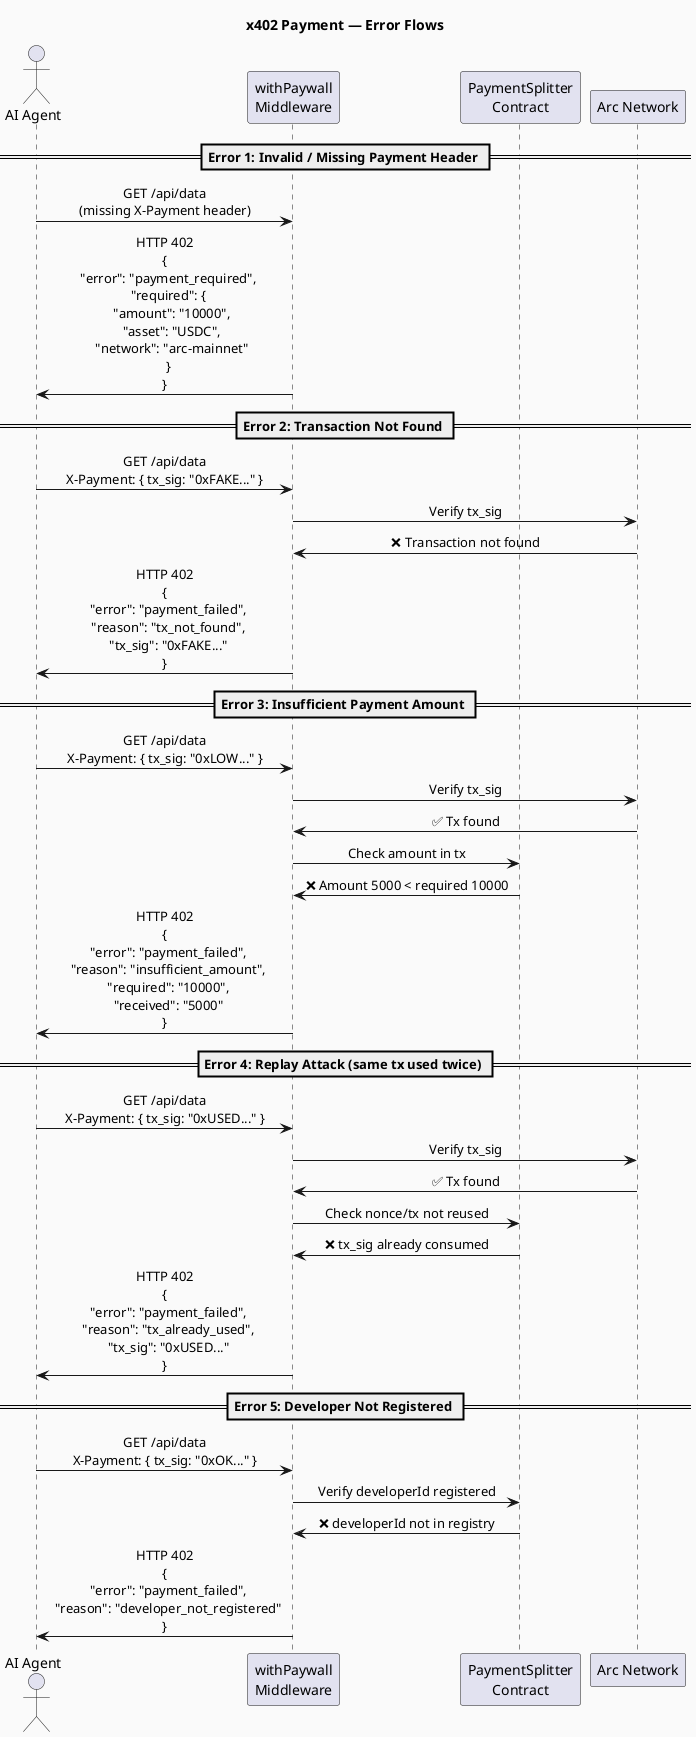
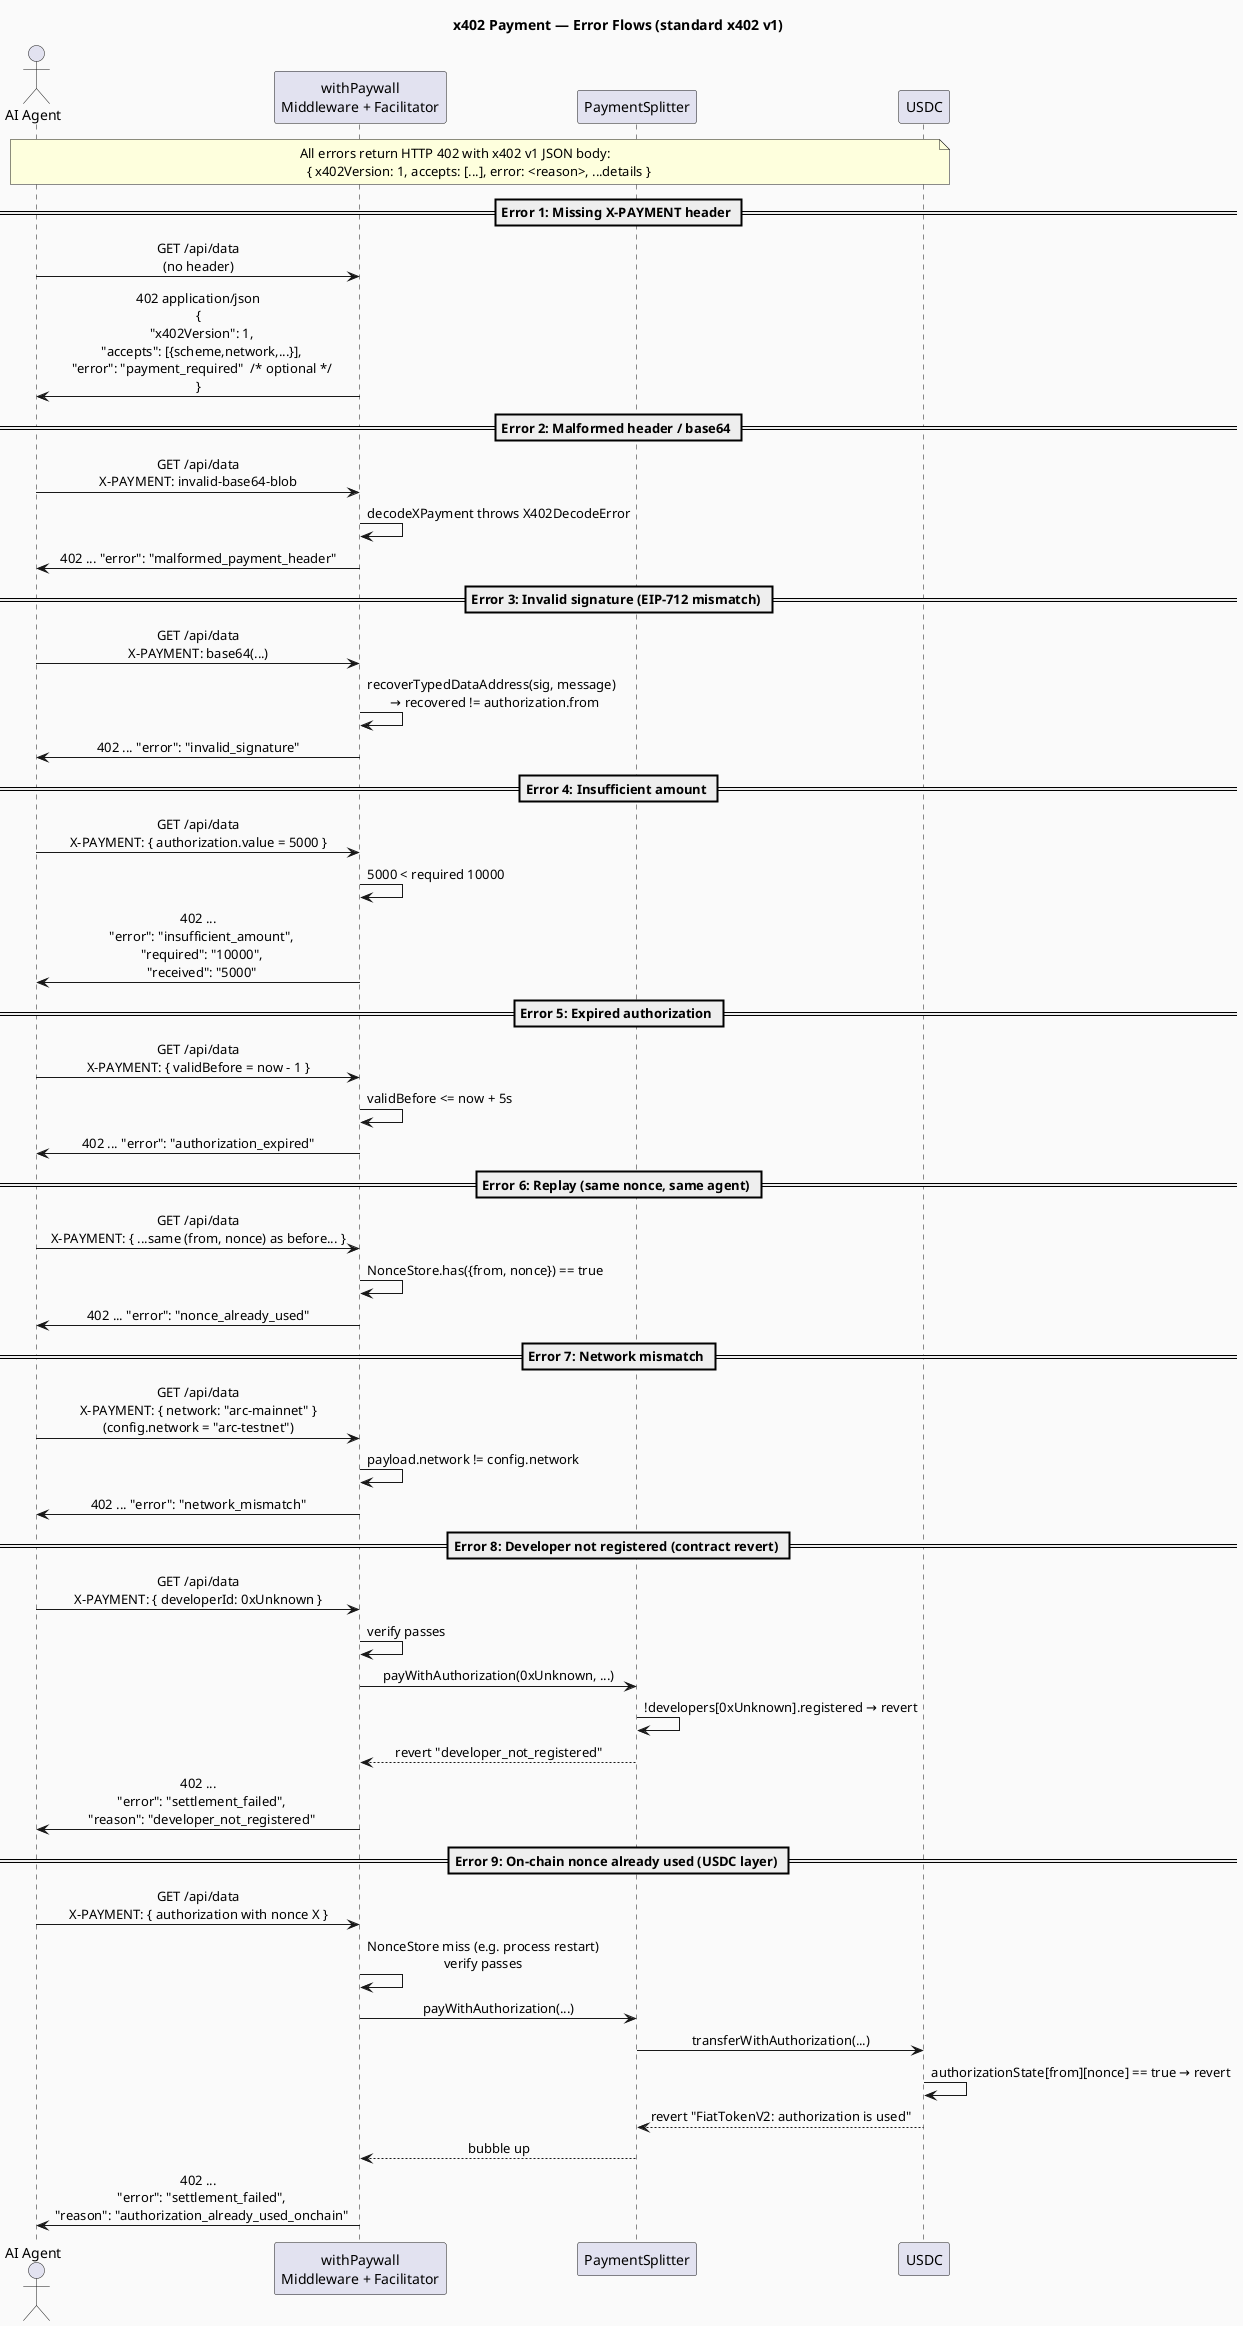
@startuml payment-error-flows
- title x402 Payment — Error Flows
+ title x402 Payment — Error Flows (standard x402 v1)

skinparam sequenceMessageAlign center
skinparam backgroundColor #FAFAFA

actor "AI Agent" as Agent
- participant "withPaywall\nMiddleware" as MW
- participant "PaymentSplitter\nContract" as Contract
- participant "Arc Network" as Arc
+ participant "withPaywall\nMiddleware + Facilitator" as MW
+ participant "PaymentSplitter" as Splitter
+ participant "USDC" as USDC

- == Error 1: Invalid / Missing Payment Header ==
+ note across : All errors return HTTP 402 with x402 v1 JSON body:\n  { x402Version: 1, accepts: [...], error: <reason>, ...details }

- Agent -> MW : GET /api/data\n(missing X-Payment header)
- MW -> Agent : HTTP 402\n{\n  "error": "payment_required",\n  "required": {\n    "amount": "10000",\n    "asset": "USDC",\n    "network": "arc-mainnet"\n  }\n}
+ == Error 1: Missing X-PAYMENT header ==

- == Error 2: Transaction Not Found ==
+ Agent -> MW : GET /api/data\n(no header)
+ MW -> Agent : 402 application/json\n{\n  "x402Version": 1,\n  "accepts": [{scheme,network,...}],\n  "error": "payment_required"  /* optional */\n}

- Agent -> MW : GET /api/data\nX-Payment: { tx_sig: "0xFAKE..." }
- MW -> Arc : Verify tx_sig
- Arc -> MW : ❌ Transaction not found
- MW -> Agent : HTTP 402\n{\n  "error": "payment_failed",\n  "reason": "tx_not_found",\n  "tx_sig": "0xFAKE..."\n}
+ == Error 2: Malformed header / base64 ==

- == Error 3: Insufficient Payment Amount ==
+ Agent -> MW : GET /api/data\nX-PAYMENT: invalid-base64-blob
+ MW -> MW : decodeXPayment throws X402DecodeError
+ MW -> Agent : 402 ... "error": "malformed_payment_header"

- Agent -> MW : GET /api/data\nX-Payment: { tx_sig: "0xLOW..." }
- MW -> Arc : Verify tx_sig
- Arc -> MW : ✅ Tx found
- MW -> Contract : Check amount in tx
- Contract -> MW : ❌ Amount 5000 < required 10000
- MW -> Agent : HTTP 402\n{\n  "error": "payment_failed",\n  "reason": "insufficient_amount",\n  "required": "10000",\n  "received": "5000"\n}
+ == Error 3: Invalid signature (EIP-712 mismatch) ==

- == Error 4: Replay Attack (same tx used twice) ==
+ Agent -> MW : GET /api/data\nX-PAYMENT: base64(...)
+ MW -> MW : recoverTypedDataAddress(sig, message)\n  → recovered != authorization.from
+ MW -> Agent : 402 ... "error": "invalid_signature"

- Agent -> MW : GET /api/data\nX-Payment: { tx_sig: "0xUSED..." }
- MW -> Arc : Verify tx_sig
- Arc -> MW : ✅ Tx found
- MW -> Contract : Check nonce/tx not reused
- Contract -> MW : ❌ tx_sig already consumed
- MW -> Agent : HTTP 402\n{\n  "error": "payment_failed",\n  "reason": "tx_already_used",\n  "tx_sig": "0xUSED..."\n}
+ == Error 4: Insufficient amount ==

- == Error 5: Developer Not Registered ==
+ Agent -> MW : GET /api/data\nX-PAYMENT: { authorization.value = 5000 }
+ MW -> MW : 5000 < required 10000
+ MW -> Agent : 402 ...\n  "error": "insufficient_amount",\n  "required": "10000",\n  "received": "5000"

- Agent -> MW : GET /api/data\nX-Payment: { tx_sig: "0xOK..." }
- MW -> Contract : Verify developerId registered
- Contract -> MW : ❌ developerId not in registry
- MW -> Agent : HTTP 402\n{\n  "error": "payment_failed",\n  "reason": "developer_not_registered"\n}
+ == Error 5: Expired authorization ==
+ 
+ Agent -> MW : GET /api/data\nX-PAYMENT: { validBefore = now - 1 }
+ MW -> MW : validBefore <= now + 5s
+ MW -> Agent : 402 ... "error": "authorization_expired"
+ 
+ == Error 6: Replay (same nonce, same agent) ==
+ 
+ Agent -> MW : GET /api/data\nX-PAYMENT: { ...same (from, nonce) as before... }
+ MW -> MW : NonceStore.has({from, nonce}) == true
+ MW -> Agent : 402 ... "error": "nonce_already_used"
+ 
+ == Error 7: Network mismatch ==
+ 
+ Agent -> MW : GET /api/data\nX-PAYMENT: { network: "arc-mainnet" }\n(config.network = "arc-testnet")
+ MW -> MW : payload.network != config.network
+ MW -> Agent : 402 ... "error": "network_mismatch"
+ 
+ == Error 8: Developer not registered (contract revert) ==
+ 
+ Agent -> MW : GET /api/data\nX-PAYMENT: { developerId: 0xUnknown }
+ MW -> MW : verify passes
+ MW -> Splitter : payWithAuthorization(0xUnknown, ...)
+ Splitter -> Splitter : !developers[0xUnknown].registered → revert
+ Splitter --> MW : revert "developer_not_registered"
+ MW -> Agent : 402 ...\n  "error": "settlement_failed",\n  "reason": "developer_not_registered"
+ 
+ == Error 9: On-chain nonce already used (USDC layer) ==
+ 
+ Agent -> MW : GET /api/data\nX-PAYMENT: { authorization with nonce X }
+ MW -> MW : NonceStore miss (e.g. process restart)\nverify passes
+ MW -> Splitter : payWithAuthorization(...)
+ Splitter -> USDC : transferWithAuthorization(...)
+ USDC -> USDC : authorizationState[from][nonce] == true → revert
+ USDC --> Splitter : revert "FiatTokenV2: authorization is used"
+ Splitter --> MW : bubble up
+ MW -> Agent : 402 ...\n  "error": "settlement_failed",\n  "reason": "authorization_already_used_onchain"

@enduml
